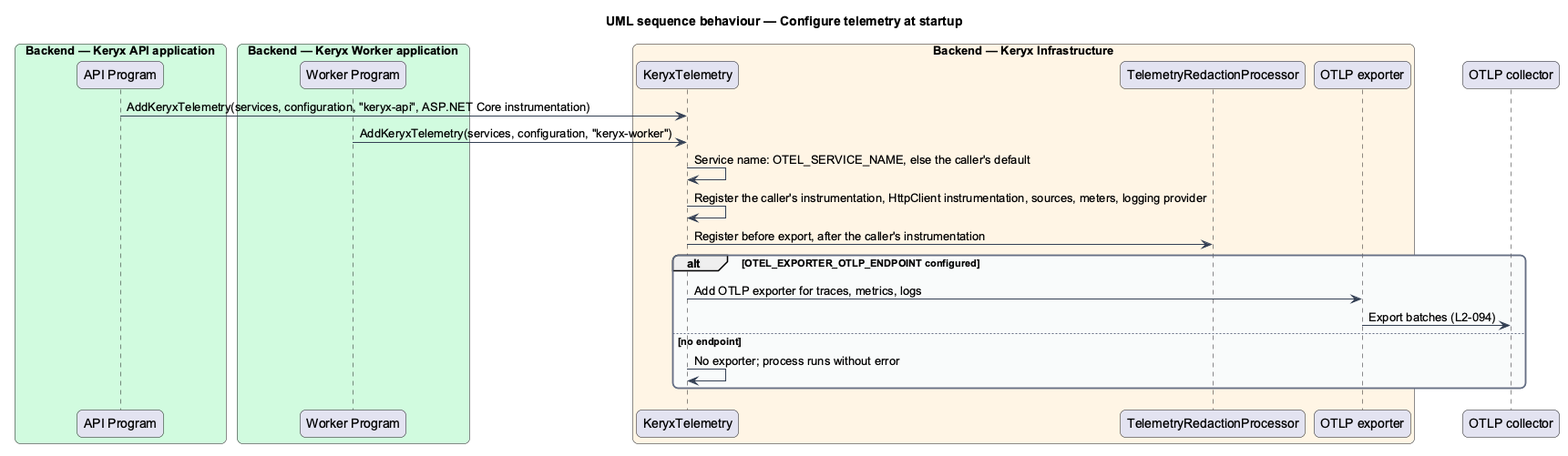
The PlantUML diagram docs/detailed-designs/operations/observe-the-system/diagrams/sequence-configure-telemetry.png in QuinntyneBrown/keryx, before a commit.
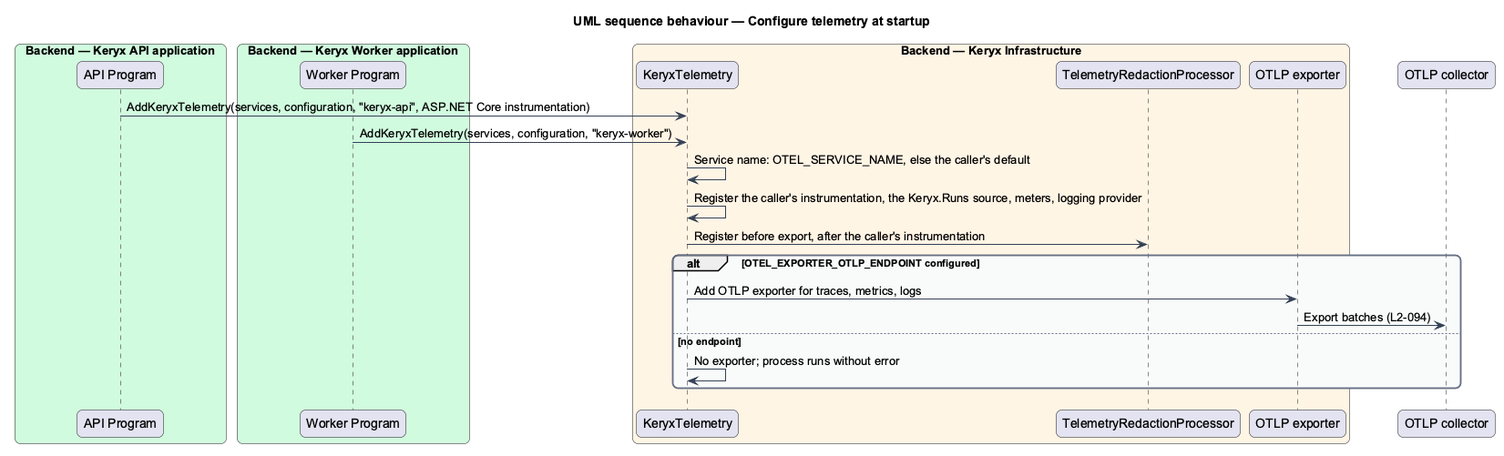
Later version of the same file.

What changed in the source:
```diff
@@ -29,7 +29,7 @@
 prog -> setup : AddKeryxTelemetry(services, configuration, "keryx-api", ASP.NET Core instrumentation)
 wprog -> setup : AddKeryxTelemetry(services, configuration, "keryx-worker")
 setup -> setup : Service name: OTEL_SERVICE_NAME, else the caller's default
-setup -> setup : Register the caller's instrumentation, HttpClient instrumentation, sources, meters, logging provider
+setup -> setup : Register the caller's instrumentation, the Keryx.Runs source, meters, logging provider
 setup -> red : Register before export, after the caller's instrumentation
 alt OTEL_EXPORTER_OTLP_ENDPOINT configured
   setup -> exp : Add OTLP exporter for traces, metrics, logs
```
